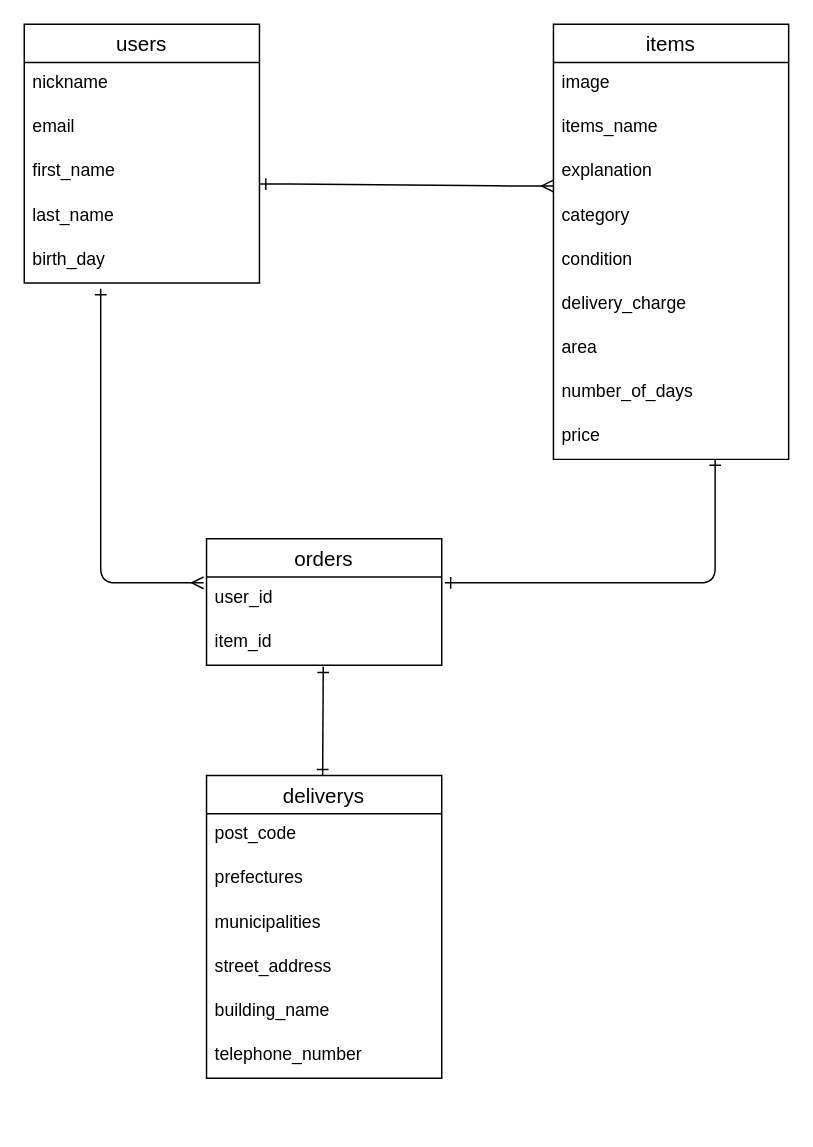
Earlier version of the draw.io diagram er.dio (yuyunaginagi/furima-40237). Source tidied: cells renumbered, new cells numbered last; positions are measured from the earlier drawing's top-left corner, leaving out a move shared by most shapes. Both pictures are drawn from the tidied source at 147%, with x=0, y=0 at pixel (24, 24).
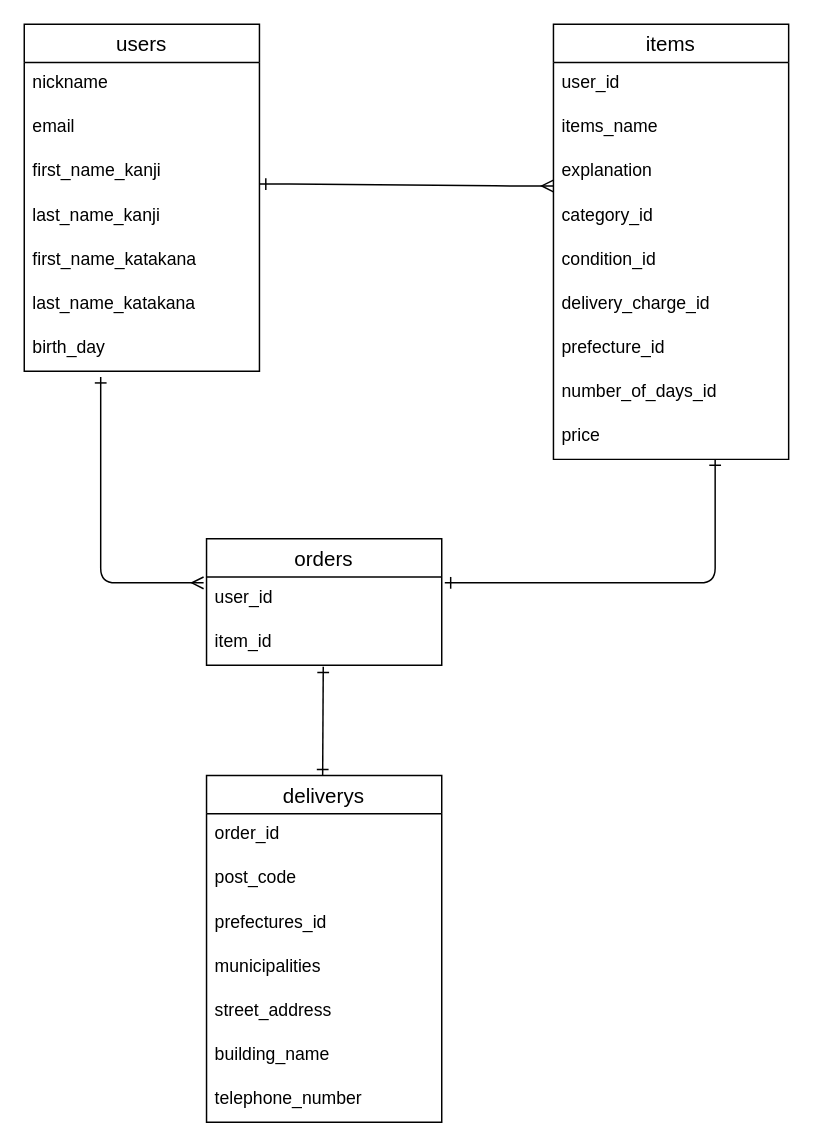
Above is the later version.

Commit message (it also covers changes not shown here):
ER図の作成とDB設計の記述4

Unchanged cells that the change refers to:
```xml
<mxCell id="8" value="items" style="swimlane;fontStyle=0;horizontal=1;startSize=26;align=center;fontSize=14;" parent="1" vertex="1">
  <mxGeometry x="360" width="160" height="296" as="geometry" />
</mxCell>
```

What changed in the source:
```diff
@@
     <mxCell id="2" value="users" style="swimlane;fontStyle=0;horizontal=1;startSize=26;align=center;fontSize=14;" parent="1" vertex="1">
-      <mxGeometry width="160" height="176" as="geometry" />
+      <mxGeometry width="160" height="236" as="geometry" />
     </mxCell>
@@
-    <mxCell id="5" value="first_name" style="text;strokeColor=none;fillColor=none;spacingLeft=4;spacingRight=4;overflow=hidden;points=[[0,0.5],[1,0.5]];portConstraint=eastwest;fontSize=12;" parent="2" vertex="1">
+    <mxCell id="5" value="first_name_kanji" style="text;strokeColor=none;fillColor=none;spacingLeft=4;spacingRight=4;overflow=hidden;points=[[0,0.5],[1,0.5]];portConstraint=eastwest;fontSize=12;" parent="2" vertex="1">
       <mxGeometry y="86" width="160" height="30" as="geometry" />
     </mxCell>
-    <mxCell id="6" value="last_name" style="text;strokeColor=none;fillColor=none;spacingLeft=4;spacingRight=4;overflow=hidden;fontSize=12;" parent="2" vertex="1">
+    <mxCell id="6" value="last_name_kanji" style="text;strokeColor=none;fillColor=none;spacingLeft=4;spacingRight=4;overflow=hidden;fontSize=12;" parent="2" vertex="1">
       <mxGeometry y="116" width="160" height="30" as="geometry" />
     </mxCell>
+    <mxCell id="32" value="first_name_katakana" style="text;strokeColor=none;fillColor=none;spacingLeft=4;spacingRight=4;overflow=hidden;fontSize=12;" parent="2" vertex="1">
+      <mxGeometry y="146" width="160" height="30" as="geometry" />
+    </mxCell>
+    <mxCell id="33" value="last_name_katakana" style="text;strokeColor=none;fillColor=none;spacingLeft=4;spacingRight=4;overflow=hidden;fontSize=12;" parent="2" vertex="1">
+      <mxGeometry y="176" width="160" height="30" as="geometry" />
+    </mxCell>
     <mxCell id="7" value="birth_day" style="text;strokeColor=none;fillColor=none;spacingLeft=4;spacingRight=4;overflow=hidden;fontSize=12;" parent="2" vertex="1">
-      <mxGeometry y="146" width="160" height="30" as="geometry" />
+      <mxGeometry y="206" width="160" height="30" as="geometry" />
     </mxCell>
@@
-    <mxCell id="9" value="image" style="text;strokeColor=none;fillColor=none;spacingLeft=4;spacingRight=4;overflow=hidden;fontSize=12;" parent="8" vertex="1">
+    <mxCell id="9" value="user_id" style="text;strokeColor=none;fillColor=none;spacingLeft=4;spacingRight=4;overflow=hidden;fontSize=12;" parent="8" vertex="1">
       <mxGeometry y="26" width="160" height="30" as="geometry" />
     </mxCell>
@@
-    <mxCell id="12" value="category" style="text;strokeColor=none;fillColor=none;spacingLeft=4;spacingRight=4;overflow=hidden;fontSize=12;" parent="8" vertex="1">
+    <mxCell id="12" value="category_id" style="text;strokeColor=none;fillColor=none;spacingLeft=4;spacingRight=4;overflow=hidden;fontSize=12;" parent="8" vertex="1">
       <mxGeometry y="116" width="160" height="30" as="geometry" />
     </mxCell>
-    <mxCell id="13" value="condition" style="text;strokeColor=none;fillColor=none;spacingLeft=4;spacingRight=4;overflow=hidden;fontSize=12;" parent="8" vertex="1">
+    <mxCell id="13" value="condition_id" style="text;strokeColor=none;fillColor=none;spacingLeft=4;spacingRight=4;overflow=hidden;fontSize=12;" parent="8" vertex="1">
       <mxGeometry y="146" width="160" height="30" as="geometry" />
     </mxCell>
-    <mxCell id="14" value="delivery_charge" style="text;strokeColor=none;fillColor=none;spacingLeft=4;spacingRight=4;overflow=hidden;fontSize=12;" parent="8" vertex="1">
+    <mxCell id="14" value="delivery_charge_id" style="text;strokeColor=none;fillColor=none;spacingLeft=4;spacingRight=4;overflow=hidden;fontSize=12;" parent="8" vertex="1">
       <mxGeometry y="176" width="160" height="30" as="geometry" />
     </mxCell>
-    <mxCell id="15" value="area" style="text;strokeColor=none;fillColor=none;spacingLeft=4;spacingRight=4;overflow=hidden;fontSize=12;" parent="8" vertex="1">
+    <mxCell id="15" value="prefecture_id" style="text;strokeColor=none;fillColor=none;spacingLeft=4;spacingRight=4;overflow=hidden;fontSize=12;" parent="8" vertex="1">
       <mxGeometry y="206" width="160" height="30" as="geometry" />
     </mxCell>
-    <mxCell id="16" value="number_of_days" style="text;strokeColor=none;fillColor=none;spacingLeft=4;spacingRight=4;overflow=hidden;fontSize=12;" parent="8" vertex="1">
+    <mxCell id="16" value="number_of_days_id" style="text;strokeColor=none;fillColor=none;spacingLeft=4;spacingRight=4;overflow=hidden;fontSize=12;" parent="8" vertex="1">
       <mxGeometry y="236" width="160" height="30" as="geometry" />
     </mxCell>
@@
     <mxCell id="18" value="deliverys" style="swimlane;fontStyle=0;horizontal=1;startSize=26;align=center;fontSize=14;" parent="1" vertex="1">
-      <mxGeometry x="124" y="511" width="160" height="206" as="geometry" />
+      <mxGeometry x="124" y="511" width="160" height="236" as="geometry" />
     </mxCell>
-    <mxCell id="19" value="post_code" style="text;strokeColor=none;fillColor=none;spacingLeft=4;spacingRight=4;overflow=hidden;fontSize=12;" parent="18" vertex="1">
+    <mxCell id="19" value="order_id" style="text;strokeColor=none;fillColor=none;spacingLeft=4;spacingRight=4;overflow=hidden;fontSize=12;" parent="18" vertex="1">
       <mxGeometry y="26" width="160" height="30" as="geometry" />
     </mxCell>
+    <mxCell id="34" value="post_code" style="text;strokeColor=none;fillColor=none;spacingLeft=4;spacingRight=4;overflow=hidden;fontSize=12;" parent="18" vertex="1">
+      <mxGeometry y="56" width="160" height="30" as="geometry" />
+    </mxCell>
-    <mxCell id="20" value="prefectures" style="text;strokeColor=none;fillColor=none;spacingLeft=4;spacingRight=4;overflow=hidden;fontSize=12;" parent="18" vertex="1">
-      <mxGeometry y="56" width="160" height="30" as="geometry" />
+    <mxCell id="20" value="prefectures_id" style="text;strokeColor=none;fillColor=none;spacingLeft=4;spacingRight=4;overflow=hidden;fontSize=12;" parent="18" vertex="1">
+      <mxGeometry y="86" width="160" height="30" as="geometry" />
     </mxCell>
     <mxCell id="21" value="municipalities" style="text;strokeColor=none;fillColor=none;spacingLeft=4;spacingRight=4;overflow=hidden;fontSize=12;" parent="18" vertex="1">
-      <mxGeometry y="86" width="160" height="30" as="geometry" />
+      <mxGeometry y="116" width="160" height="30" as="geometry" />
     </mxCell>
     <mxCell id="22" value="street_address" style="text;strokeColor=none;fillColor=none;spacingLeft=4;spacingRight=4;overflow=hidden;fontSize=12;" parent="18" vertex="1">
-      <mxGeometry y="116" width="160" height="30" as="geometry" />
+      <mxGeometry y="146" width="160" height="30" as="geometry" />
     </mxCell>
     <mxCell id="23" value="building_name" style="text;strokeColor=none;fillColor=none;spacingLeft=4;spacingRight=4;overflow=hidden;fontSize=12;" parent="18" vertex="1">
-      <mxGeometry y="146" width="160" height="30" as="geometry" />
+      <mxGeometry y="176" width="160" height="30" as="geometry" />
     </mxCell>
     <mxCell id="24" value="telephone_number" style="text;strokeColor=none;fillColor=none;spacingLeft=4;spacingRight=4;overflow=hidden;fontSize=12;" parent="18" vertex="1">
-      <mxGeometry y="176" width="160" height="30" as="geometry" />
+      <mxGeometry y="206" width="160" height="30" as="geometry" />
     </mxCell>
@@
     <mxCell id="26" style="edgeStyle=orthogonalEdgeStyle;fontSize=12;html=1;endArrow=ERmany;startArrow=ERone;strokeWidth=1;startFill=0;endFill=0;" parent="1" edge="1">
       <mxGeometry relative="1" as="geometry">
-        <mxPoint x="52" y="180" as="sourcePoint" />
+        <mxPoint x="52" y="240" as="sourcePoint" />
         <mxPoint x="122" y="380" as="targetPoint" />
         <Array as="points">
           <mxPoint x="52" y="380" />
         </Array>
       </mxGeometry>
     </mxCell>
```
